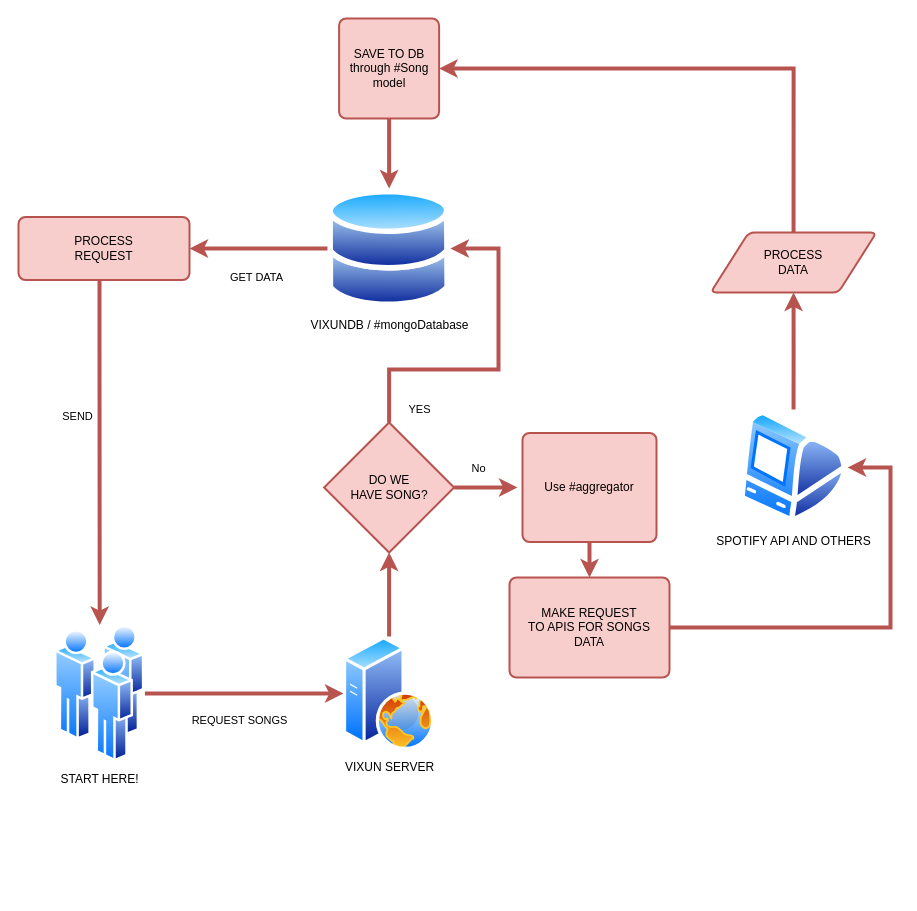
Earlier version of the draw.io diagram page "Song Data Flow" (2 of 3) of VIXUN.drawio (ReyhanArdiya/VIXUN-music-finder). Source tidied: cells renumbered, new cells numbered last; positions are measured from the earlier drawing's top-left corner, leaving out a move shared by most shapes. Both pictures are drawn from the tidied source at 100%, with x=0, y=0 at pixel (18, 18).
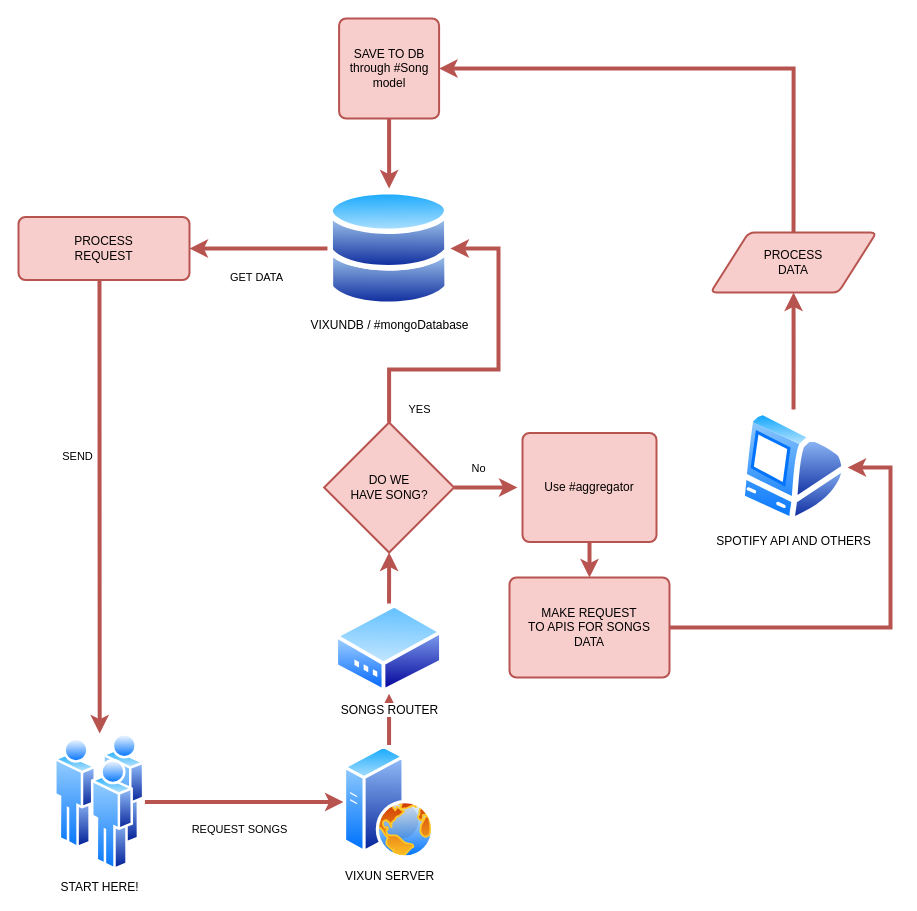
The same diagram, later.

Unchanged cells that the change refers to:
```xml
<mxCell id="12" value="DO WE&lt;br&gt;HAVE SONG?&lt;br&gt;" style="strokeWidth=2;html=1;shape=mxgraph.flowchart.decision;whiteSpace=wrap;fillColor=#f8cecc;strokeColor=#b85450;" parent="1" vertex="1">
  <mxGeometry x="305.6" y="404" width="130" height="130" as="geometry" />
</mxCell>
```

The edit, as a diff of the source:
```diff
@@
+    <mxCell id="24" style="edgeStyle=orthogonalEdgeStyle;rounded=0;jettySize=auto;html=1;entryX=0.5;entryY=1;entryDx=0;entryDy=0;entryPerimeter=0;strokeWidth=4;strokeColor=#b85450;fillColor=#f8cecc;endArrow=classic;endFill=1;" parent="1" edge="1" source="5" target="25">
+      <mxGeometry relative="1" as="geometry" />
+    </mxCell>
@@
     <mxCell id="3" value="START HERE!" style="perimeter=ellipsePerimeter;html=1;align=center;shadow=0;dashed=0;spacingTop=3;image;image=img/lib/active_directory/users.svg;" parent="1" vertex="1">
-      <mxGeometry x="36" y="606.5" width="90.4" height="137" as="geometry" />
+      <mxGeometry x="36" y="715" width="90.4" height="137" as="geometry" />
     </mxCell>
-    <mxCell id="4" style="edgeStyle=orthogonalEdgeStyle;rounded=0;jettySize=auto;html=1;entryX=0.5;entryY=1;entryDx=0;entryDy=0;entryPerimeter=0;strokeWidth=4;strokeColor=#b85450;fillColor=#f8cecc;" parent="1" edge="1" source="5" target="12">
+    <mxCell id="4" style="edgeStyle=orthogonalEdgeStyle;rounded=0;jettySize=auto;html=1;entryX=0.5;entryY=1;entryDx=0;entryDy=0;entryPerimeter=0;strokeWidth=4;strokeColor=#b85450;fillColor=#f8cecc;startArrow=none;" parent="1" edge="1" source="25" target="12">
       <mxGeometry relative="1" as="geometry" />
     </mxCell>
     <mxCell id="5" value="VIXUN SERVER" style="perimeter=ellipsePerimeter;html=1;align=center;shadow=0;dashed=0;spacingTop=3;image;image=img/lib/active_directory/web_server.svg;" parent="1" vertex="1">
-      <mxGeometry x="325" y="618" width="91.2" height="114" as="geometry" />
+      <mxGeometry x="325" y="726.5" width="91.2" height="114" as="geometry" />
     </mxCell>
@@
+    <mxCell id="25" value="SONGS ROUTER" style="perimeter=ellipsePerimeter;html=1;align=center;shadow=0;dashed=0;spacingTop=3;image;image=img/lib/active_directory/modem.svg;fontFamily=Helvetica;" parent="1" vertex="1">
+      <mxGeometry x="316.2" y="585" width="108.7" height="90.2" as="geometry" />
+    </mxCell>
```
